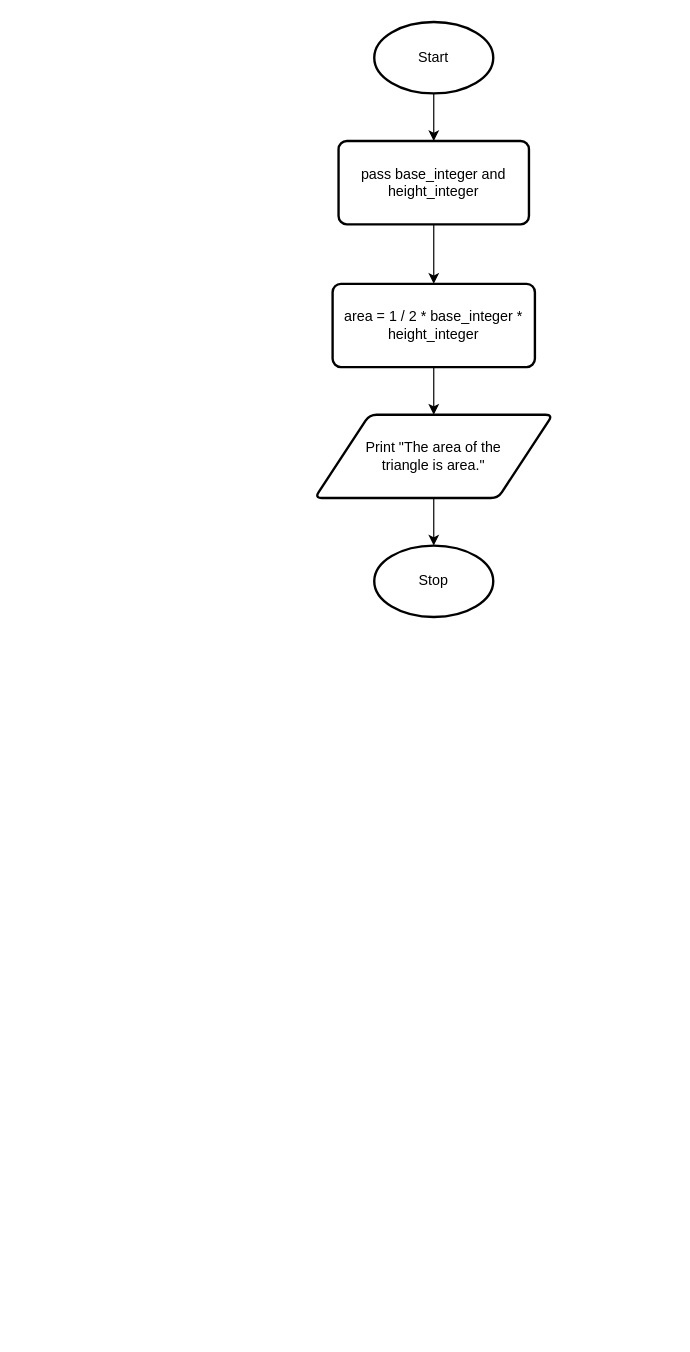
The draw.io diagram design.flowchart.drawio in Yiyun-Qin/ICS3U-Uni6-06-Python, before the edit. Source tidied: cells renumbered, new cells numbered last; positions are measured from the earlier drawing's top-left corner, leaving out a move shared by most shapes. Both pictures are drawn from the tidied source at 119%, with x=0, y=0 at pixel (314, 21).
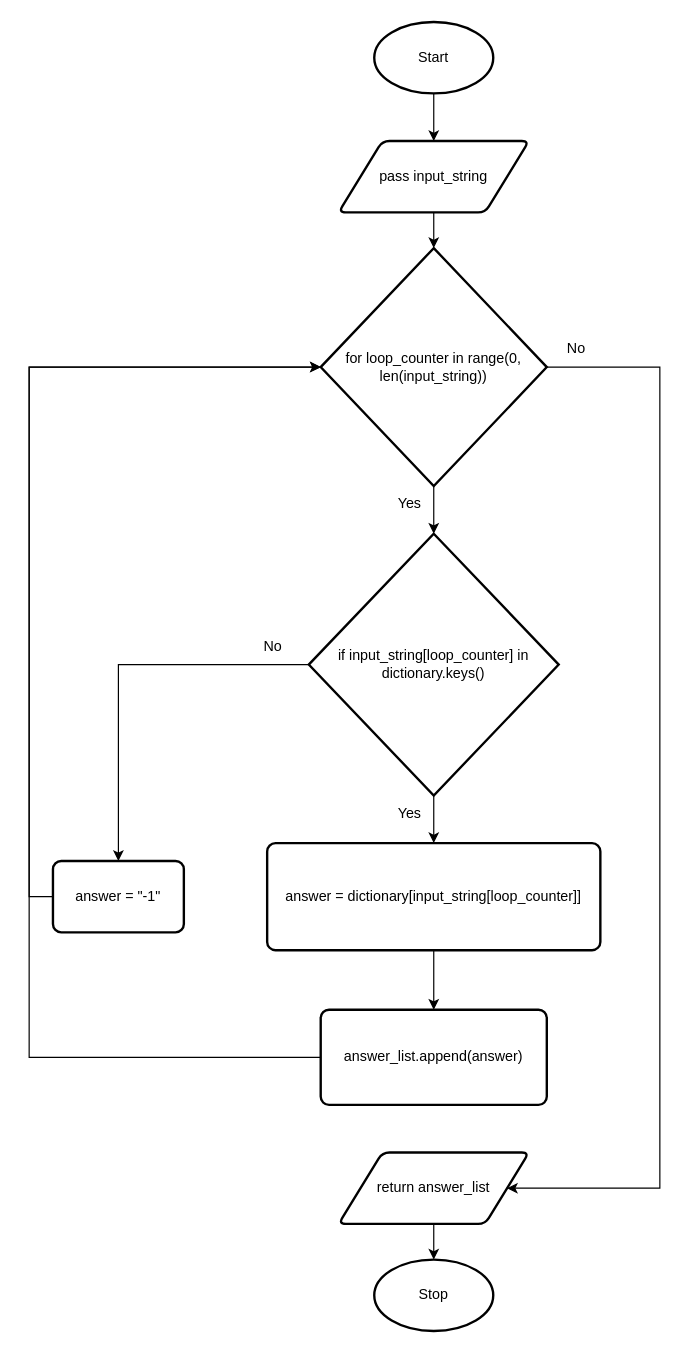
The same diagram, later.

The change refers to these unchanged cells:
```xml
<mxCell id="3" value="Start" style="strokeWidth=2;html=1;shape=mxgraph.flowchart.start_1;whiteSpace=wrap;" parent="1" vertex="1">
  <mxGeometry x="50" width="100" height="60" as="geometry" />
</mxCell>
```

Change to the diagram source:
```diff
@@
-    <mxCell id="2" style="edgeStyle=none;html=1;exitX=0.5;exitY=1;exitDx=0;exitDy=0;exitPerimeter=0;entryX=0.5;entryY=0;entryDx=0;entryDy=0;" parent="1" edge="1" source="3" target="6">
-      <mxGeometry relative="1" as="geometry" />
-    </mxCell>
+    <mxCell id="11" style="edgeStyle=none;html=1;exitX=0.5;exitY=1;exitDx=0;exitDy=0;exitPerimeter=0;entryX=0.5;entryY=0;entryDx=0;entryDy=0;" parent="1" edge="1" source="3" target="13">
+      <mxGeometry relative="1" as="geometry" />
+    </mxCell>
@@
     <mxCell id="4" value="Stop" style="strokeWidth=2;html=1;shape=mxgraph.flowchart.start_1;whiteSpace=wrap;" parent="1" vertex="1">
-      <mxGeometry x="50" y="440" width="100" height="60" as="geometry" />
+      <mxGeometry x="50" y="1040" width="100" height="60" as="geometry" />
     </mxCell>
-    <mxCell id="5" style="edgeStyle=none;html=1;exitX=0.5;exitY=1;exitDx=0;exitDy=0;entryX=0.5;entryY=0;entryDx=0;entryDy=0;" parent="1" edge="1" source="6" target="8">
-      <mxGeometry relative="1" as="geometry" />
-    </mxCell>
-    <mxCell id="6" value="pass base_integer and height_integer" style="rounded=1;whiteSpace=wrap;html=1;absoluteArcSize=1;arcSize=14;strokeWidth=2;" parent="1" vertex="1">
-      <mxGeometry x="20" y="100" width="160" height="70" as="geometry" />
-    </mxCell>
-    <mxCell id="7" style="edgeStyle=none;html=1;exitX=0.5;exitY=1;exitDx=0;exitDy=0;entryX=0.5;entryY=0;entryDx=0;entryDy=0;" parent="1" edge="1" source="8" target="10">
-      <mxGeometry relative="1" as="geometry" />
-    </mxCell>
-    <mxCell id="8" value="area = 1 / 2 * base_integer * height_integer" style="rounded=1;whiteSpace=wrap;html=1;absoluteArcSize=1;arcSize=14;strokeWidth=2;" parent="1" vertex="1">
-      <mxGeometry x="15" y="220" width="170" height="70" as="geometry" />
-    </mxCell>
-    <mxCell id="9" style="edgeStyle=none;html=1;exitX=0.5;exitY=1;exitDx=0;exitDy=0;entryX=0.5;entryY=0;entryDx=0;entryDy=0;entryPerimeter=0;" parent="1" edge="1" source="10" target="4">
-      <mxGeometry relative="1" as="geometry" />
-    </mxCell>
-    <mxCell id="10" value="Print &quot;The area of the &lt;br&gt;triangle is area.&quot;" style="shape=parallelogram;html=1;strokeWidth=2;perimeter=parallelogramPerimeter;whiteSpace=wrap;rounded=1;arcSize=12;size=0.23;" parent="1" vertex="1">
-      <mxGeometry y="330" width="200" height="70" as="geometry" />
-    </mxCell>
+    <mxCell id="12" style="edgeStyle=none;html=1;exitX=0.5;exitY=1;exitDx=0;exitDy=0;entryX=0.5;entryY=0;entryDx=0;entryDy=0;entryPerimeter=0;" parent="1" edge="1" source="13" target="16">
+      <mxGeometry relative="1" as="geometry" />
+    </mxCell>
+    <mxCell id="13" value="pass input_string" style="shape=parallelogram;html=1;strokeWidth=2;perimeter=parallelogramPerimeter;whiteSpace=wrap;rounded=1;arcSize=12;size=0.23;" parent="1" vertex="1">
+      <mxGeometry x="20" y="100" width="160" height="60" as="geometry" />
+    </mxCell>
+    <mxCell id="14" style="edgeStyle=none;html=1;exitX=0.5;exitY=1;exitDx=0;exitDy=0;exitPerimeter=0;entryX=0.5;entryY=0;entryDx=0;entryDy=0;entryPerimeter=0;" parent="1" edge="1" source="16" target="19">
+      <mxGeometry relative="1" as="geometry" />
+    </mxCell>
+    <mxCell id="15" style="edgeStyle=orthogonalEdgeStyle;rounded=0;html=1;exitX=1;exitY=0.5;exitDx=0;exitDy=0;exitPerimeter=0;entryX=1;entryY=0.5;entryDx=0;entryDy=0;" parent="1" edge="1" source="16" target="30">
+      <mxGeometry relative="1" as="geometry">
+        <Array as="points">
+          <mxPoint x="290" y="290" />
+          <mxPoint x="290" y="980" />
+        </Array>
+      </mxGeometry>
+    </mxCell>
+    <mxCell id="16" value="for loop_counter in range(0, len(input_string))" style="strokeWidth=2;html=1;shape=mxgraph.flowchart.decision;whiteSpace=wrap;" parent="1" vertex="1">
+      <mxGeometry x="5" y="190" width="190" height="200" as="geometry" />
+    </mxCell>
+    <mxCell id="17" style="edgeStyle=none;html=1;exitX=0.5;exitY=1;exitDx=0;exitDy=0;exitPerimeter=0;entryX=0.5;entryY=0;entryDx=0;entryDy=0;" parent="1" edge="1" source="19" target="21">
+      <mxGeometry relative="1" as="geometry" />
+    </mxCell>
+    <mxCell id="18" style="edgeStyle=orthogonalEdgeStyle;rounded=0;html=1;exitX=0;exitY=0.5;exitDx=0;exitDy=0;exitPerimeter=0;entryX=0.5;entryY=0;entryDx=0;entryDy=0;" parent="1" edge="1" source="19" target="25">
+      <mxGeometry relative="1" as="geometry" />
+    </mxCell>
+    <mxCell id="19" value="if input_string[loop_counter] in dictionary.keys()" style="strokeWidth=2;html=1;shape=mxgraph.flowchart.decision;whiteSpace=wrap;" parent="1" vertex="1">
+      <mxGeometry x="-5" y="430" width="210" height="220" as="geometry" />
+    </mxCell>
+    <mxCell id="20" style="edgeStyle=none;html=1;exitX=0.5;exitY=1;exitDx=0;exitDy=0;entryX=0.5;entryY=0;entryDx=0;entryDy=0;" parent="1" edge="1" source="21" target="23">
+      <mxGeometry relative="1" as="geometry" />
+    </mxCell>
+    <mxCell id="21" value="answer = dictionary[input_string[loop_counter]]" style="rounded=1;whiteSpace=wrap;html=1;absoluteArcSize=1;arcSize=14;strokeWidth=2;" parent="1" vertex="1">
+      <mxGeometry x="-40" y="690" width="280" height="90" as="geometry" />
+    </mxCell>
+    <mxCell id="22" style="edgeStyle=orthogonalEdgeStyle;html=1;exitX=0;exitY=0.5;exitDx=0;exitDy=0;entryX=0;entryY=0.5;entryDx=0;entryDy=0;entryPerimeter=0;rounded=0;" parent="1" edge="1" source="23" target="16">
+      <mxGeometry relative="1" as="geometry">
+        <Array as="points">
+          <mxPoint x="-240" y="870" />
+          <mxPoint x="-240" y="290" />
+        </Array>
+      </mxGeometry>
+    </mxCell>
+    <mxCell id="23" value="answer_list.append(answer)" style="rounded=1;whiteSpace=wrap;html=1;absoluteArcSize=1;arcSize=14;strokeWidth=2;" parent="1" vertex="1">
+      <mxGeometry x="5" y="830" width="190" height="80" as="geometry" />
+    </mxCell>
+    <mxCell id="24" style="edgeStyle=orthogonalEdgeStyle;rounded=0;html=1;exitX=0;exitY=0.5;exitDx=0;exitDy=0;entryX=0;entryY=0.5;entryDx=0;entryDy=0;entryPerimeter=0;" parent="1" edge="1" source="25" target="16">
+      <mxGeometry relative="1" as="geometry">
+        <Array as="points">
+          <mxPoint x="-240" y="735" />
+          <mxPoint x="-240" y="290" />
+        </Array>
+      </mxGeometry>
+    </mxCell>
+    <mxCell id="25" value="answer = &quot;-1&quot;" style="rounded=1;whiteSpace=wrap;html=1;absoluteArcSize=1;arcSize=14;strokeWidth=2;" parent="1" vertex="1">
+      <mxGeometry x="-220" y="705" width="110" height="60" as="geometry" />
+    </mxCell>
+    <mxCell id="26" value="Yes" style="text;html=1;strokeColor=none;fillColor=none;align=center;verticalAlign=middle;whiteSpace=wrap;rounded=0;" parent="1" vertex="1">
+      <mxGeometry x="50" y="390" width="60" height="30" as="geometry" />
+    </mxCell>
+    <mxCell id="27" value="Yes" style="text;html=1;strokeColor=none;fillColor=none;align=center;verticalAlign=middle;whiteSpace=wrap;rounded=0;" parent="1" vertex="1">
+      <mxGeometry x="50" y="650" width="60" height="30" as="geometry" />
+    </mxCell>
+    <mxCell id="28" value="No" style="text;html=1;strokeColor=none;fillColor=none;align=center;verticalAlign=middle;whiteSpace=wrap;rounded=0;" parent="1" vertex="1">
+      <mxGeometry x="-65" y="510" width="60" height="30" as="geometry" />
+    </mxCell>
+    <mxCell id="29" style="edgeStyle=orthogonalEdgeStyle;rounded=0;html=1;exitX=0.5;exitY=1;exitDx=0;exitDy=0;entryX=0.5;entryY=0;entryDx=0;entryDy=0;entryPerimeter=0;" parent="1" edge="1" source="30" target="4">
+      <mxGeometry relative="1" as="geometry" />
+    </mxCell>
+    <mxCell id="30" value="return answer_list" style="shape=parallelogram;html=1;strokeWidth=2;perimeter=parallelogramPerimeter;whiteSpace=wrap;rounded=1;arcSize=12;size=0.23;" parent="1" vertex="1">
+      <mxGeometry x="20" y="950" width="160" height="60" as="geometry" />
+    </mxCell>
+    <mxCell id="31" value="No" style="text;html=1;strokeColor=none;fillColor=none;align=center;verticalAlign=middle;whiteSpace=wrap;rounded=0;" parent="1" vertex="1">
+      <mxGeometry x="190" y="260" width="60" height="30" as="geometry" />
+    </mxCell>
```
